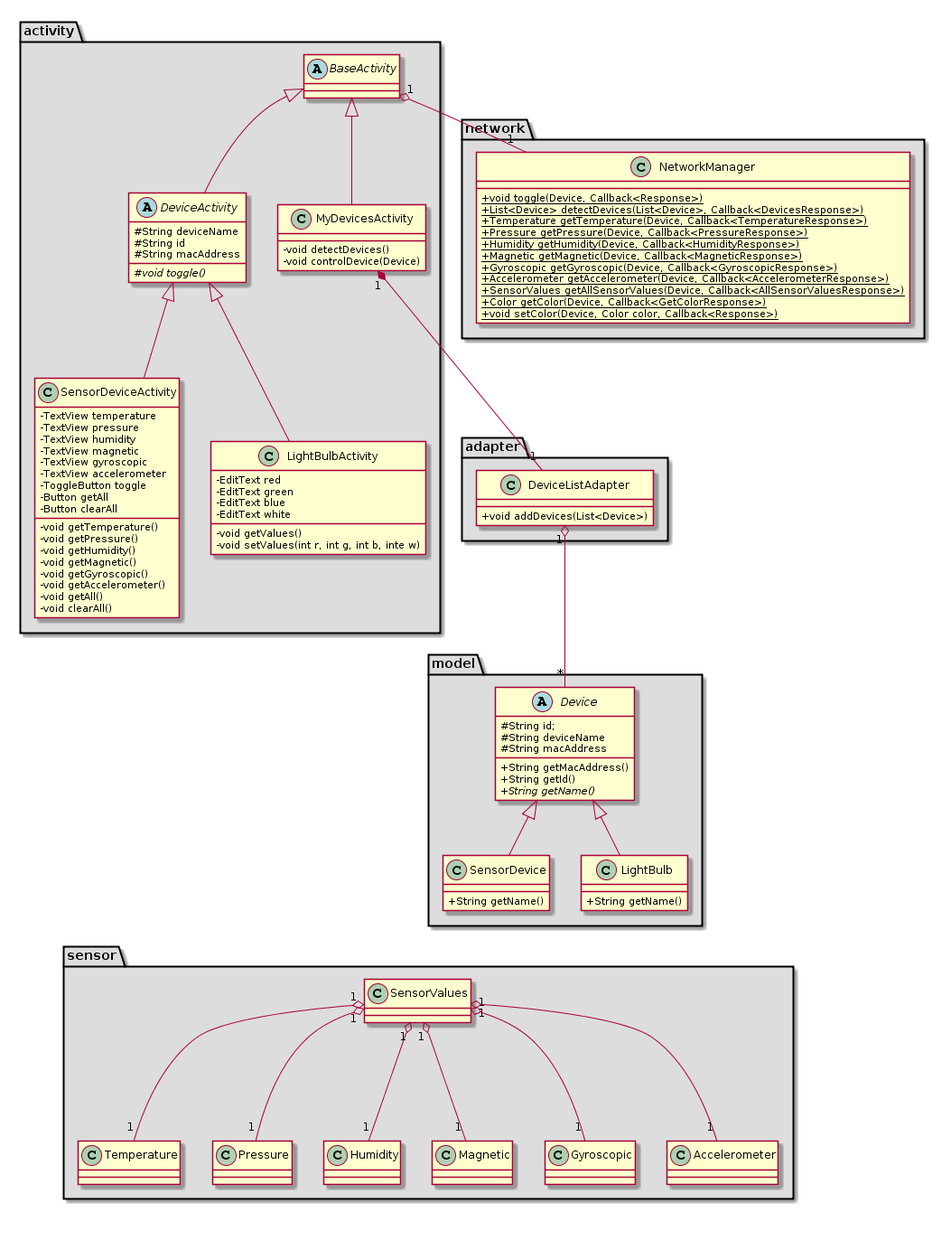
ockka/ETSN05-Group2 keeps this PlantUML diagram as docs/STLDD/class_diagram.png. Above is the earlier version.
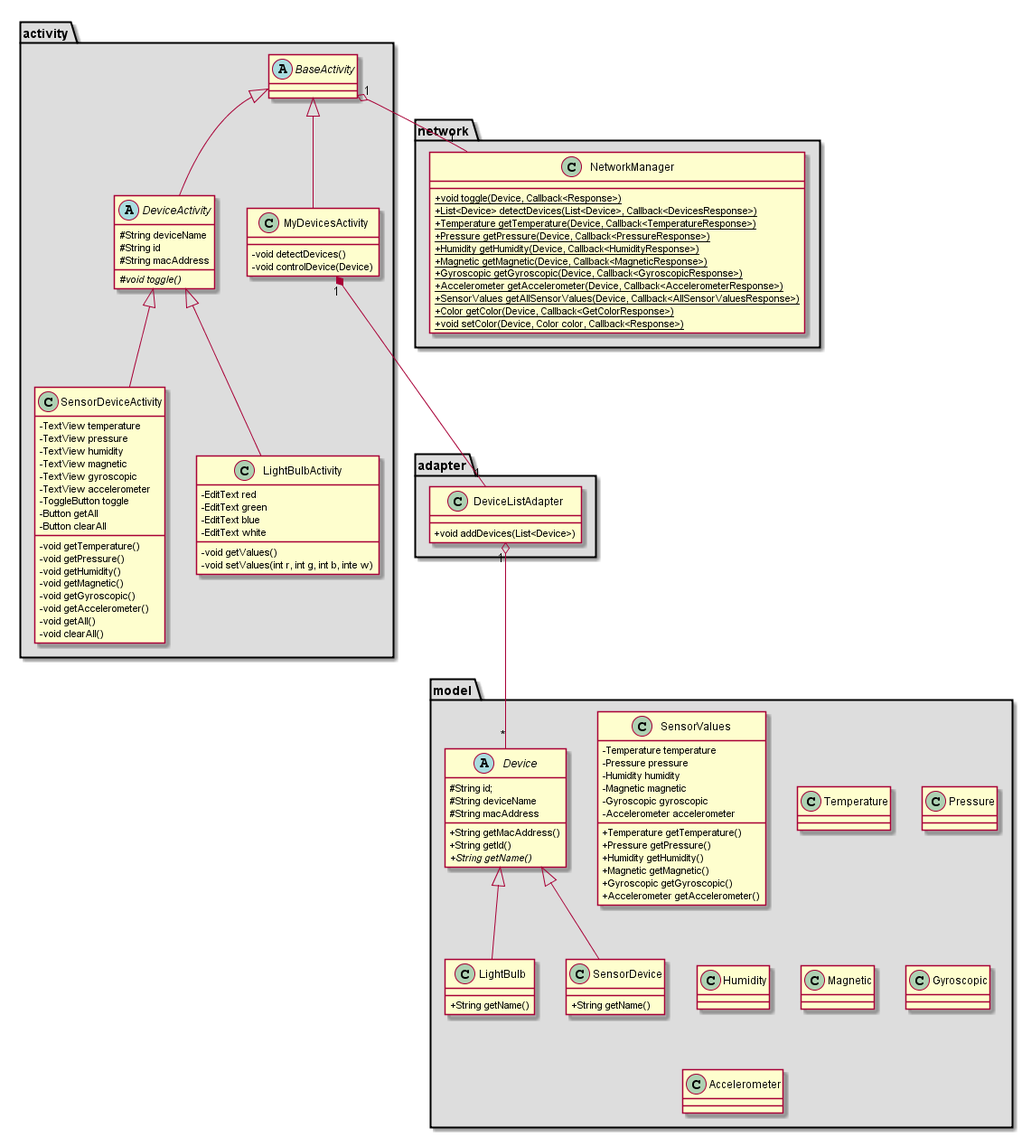
Later version of the same file.

Commit message:
Updated the class diagram

Diff of the diagram source:
```diff
@@ -18,9 +18,6 @@
   class Device
   class LightBulb
   class SensorDevice
-}
-
-package "sensor" #DDDDDD {
   class SensorValues
   class Temperature
   class Pressure
@@ -110,6 +107,21 @@
  +String getName()
 }
 
+class SensorValues {
+ -Temperature temperature
+ -Pressure pressure
+ -Humidity humidity
+ -Magnetic magnetic
+ -Gyroscopic gyroscopic
+ -Accelerometer accelerometer
+ +Temperature getTemperature()
+ +Pressure getPressure()
+ +Humidity getHumidity()
+ +Magnetic getMagnetic()
+ +Gyroscopic getGyroscopic()
+ +Accelerometer getAccelerometer()
+}
+
 BaseActivity <|-- MyDevicesActivity
 BaseActivity <|-- DeviceActivity
 DeviceActivity <|-- SensorDeviceActivity
@@ -122,10 +134,4 @@
 DeviceListAdapter "1" o-- "*" Device
 BaseActivity "1" o-- "1" NetworkManager
 
-SensorValues "1" o-- "1" Temperature
-SensorValues "1" o-- "1" Pressure
-SensorValues "1" o-- "1" Humidity
-SensorValues "1" o-- "1" Magnetic
-SensorValues "1" o-- "1" Gyroscopic
-SensorValues "1" o-- "1" Accelerometer
 @enduml
```
